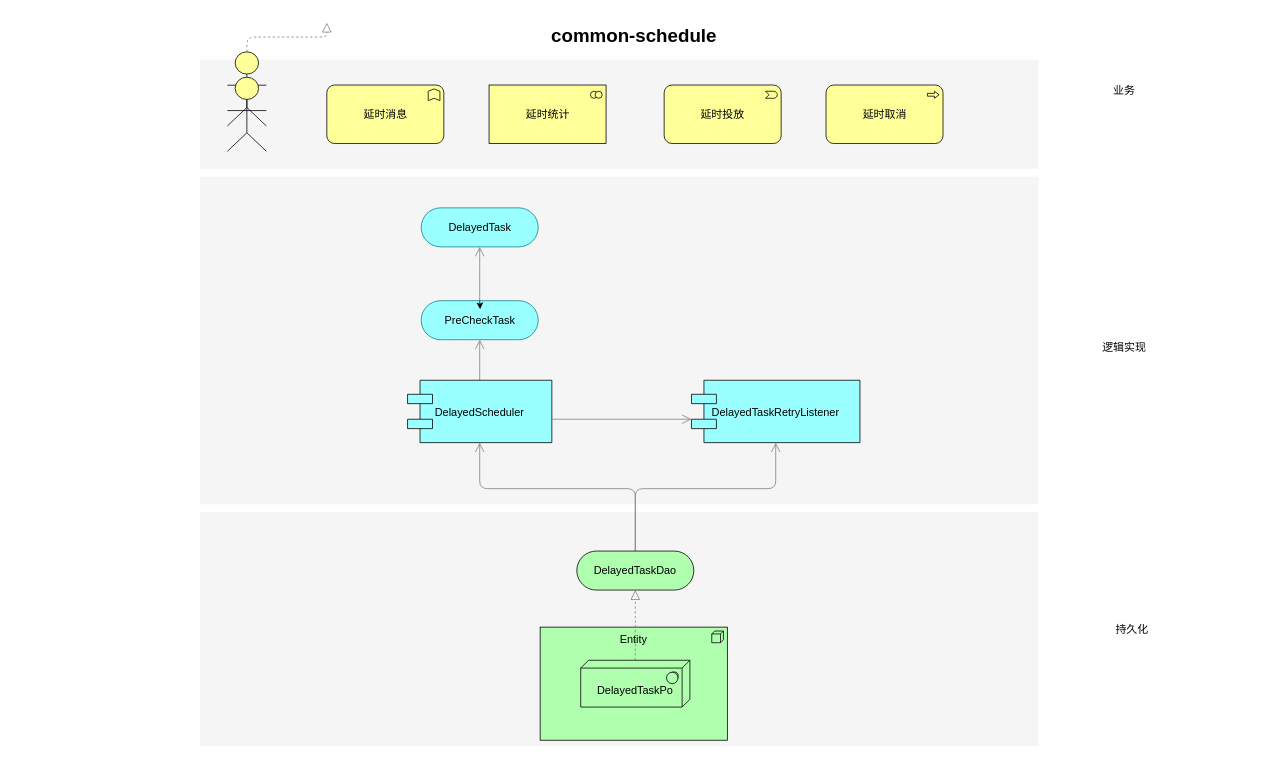
Before: common-schedule.drawio in eden2f/diagrams, a draw.io diagram. Source tidied: cells renumbered, new cells numbered last; positions are measured from the earlier drawing's top-left corner, leaving out a move shared by most shapes. Both pictures are drawn from the tidied source at 78%, with x=0, y=0 at pixel (13, 20).
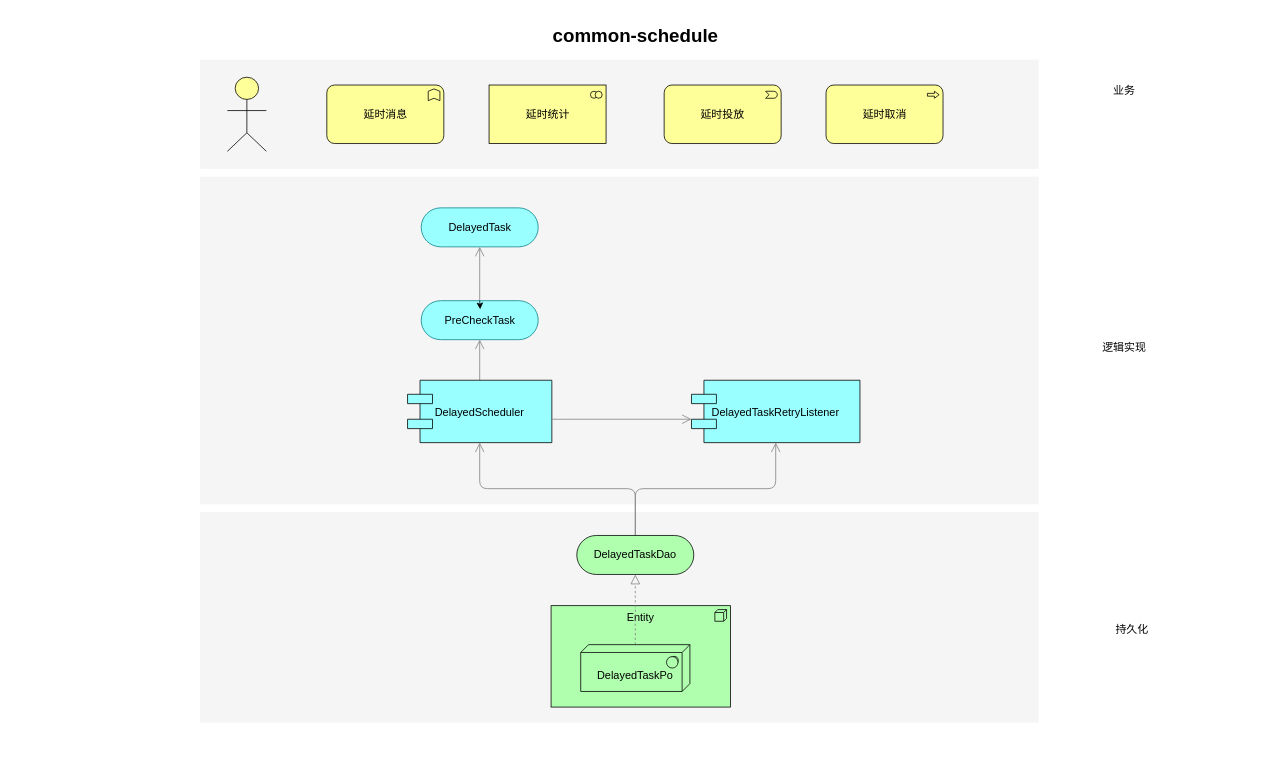
The same page after the edit.

What changed in the source:
```diff
@@
     <mxCell id="2" style="whiteSpace=wrap;html=1;strokeColor=none;strokeWidth=1;fillColor=#f5f5f5;fontSize=14;" parent="1" vertex="1">
-      <mxGeometry x="239" y="630" width="1075" height="300" as="geometry" />
+      <mxGeometry x="239" y="630" width="1075" height="270" as="geometry" />
     </mxCell>
@@
     <mxCell id="5" value="Entity" style="html=1;whiteSpace=wrap;fillColor=#AFFFAF;shape=mxgraph.archimate3.application;appType=node;archiType=square;fontSize=14;verticalAlign=top;" parent="1" vertex="1">
-      <mxGeometry x="675" y="777.5" width="240" height="145" as="geometry" />
+      <mxGeometry x="689" y="750" width="230" height="130" as="geometry" />
     </mxCell>
@@
     <mxCell id="7" value="&lt;div&gt;&lt;br&gt;&lt;/div&gt;DelayedTaskPo" style="html=1;whiteSpace=wrap;fillColor=#AFFFAF;shape=mxgraph.archimate3.tech;techType=sysSw;fontSize=14;" parent="1" vertex="1">
-      <mxGeometry x="727" y="820" width="140" height="60" as="geometry" />
+      <mxGeometry x="727" y="800" width="140" height="60" as="geometry" />
     </mxCell>
@@
     <mxCell id="10" value="DelayedTaskDao" style="html=1;whiteSpace=wrap;fillColor=#AFFFAF;shape=mxgraph.archimate3.service;fontSize=14;" parent="1" vertex="1">
-      <mxGeometry x="722" y="680" width="150" height="50" as="geometry" />
+      <mxGeometry x="722" y="660" width="150" height="50" as="geometry" />
     </mxCell>
@@
-    <mxCell id="18" style="edgeStyle=elbowEdgeStyle;rounded=1;elbow=vertical;html=1;dashed=1;startSize=10;endArrow=block;endFill=0;endSize=10;jettySize=auto;strokeColor=#808080;fontSize=14;" parent="1" edge="1" source="19">
-      <mxGeometry relative="1" as="geometry">
-        <mxPoint x="401.5" y="2.5" as="targetPoint" />
-      </mxGeometry>
-    </mxCell>
-    <mxCell id="19" style="html=1;whiteSpace=wrap;fillColor=#ffff99;shape=mxgraph.archimate3.actor;fontSize=14;" parent="1" vertex="1">
-      <mxGeometry x="274" y="40" width="50" height="95" as="geometry" />
-    </mxCell>
     <mxCell id="20" value="common-schedule" style="text;strokeColor=none;fillColor=none;html=1;fontSize=24;fontStyle=1;verticalAlign=middle;align=center;" parent="1" vertex="1">
-      <mxGeometry width="1590" height="40" as="geometry" />
+      <mxGeometry x="2" width="1590" height="40" as="geometry" />
     </mxCell>
```
